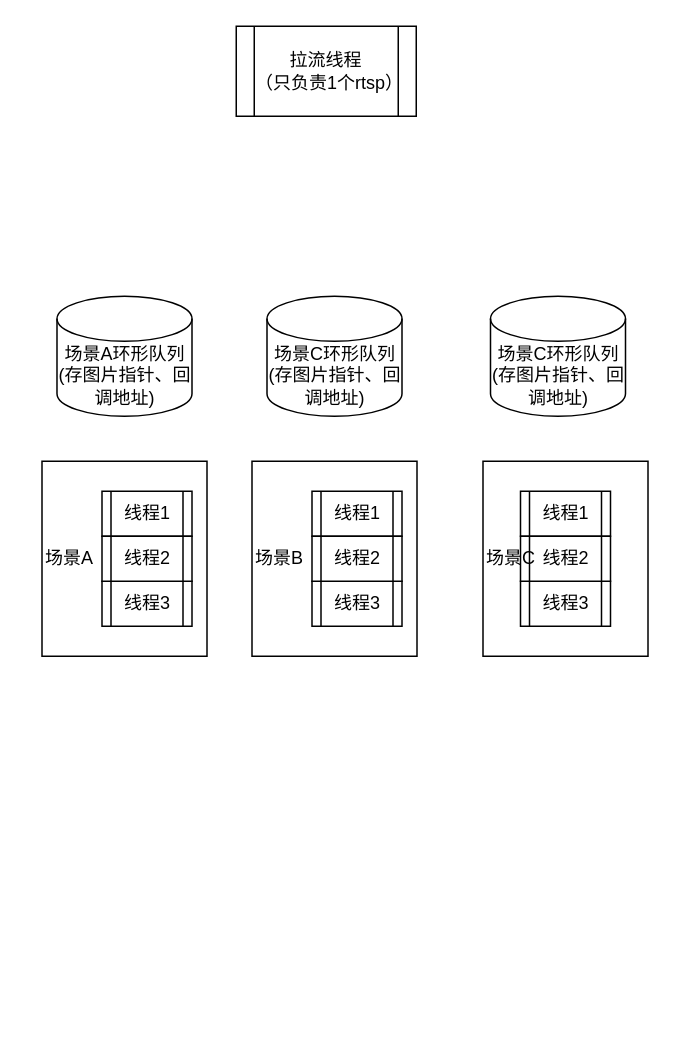
Earlier version of the draw.io diagram 未命名绘图.drawio (DaskiSnow/drawioFiles). Source tidied: cells renumbered, new cells numbered last; positions are measured from the earlier drawing's top-left corner, leaving out a move shared by most shapes. Both pictures are drawn from the tidied source at 150%, with x=0, y=0 at pixel (40, 26).
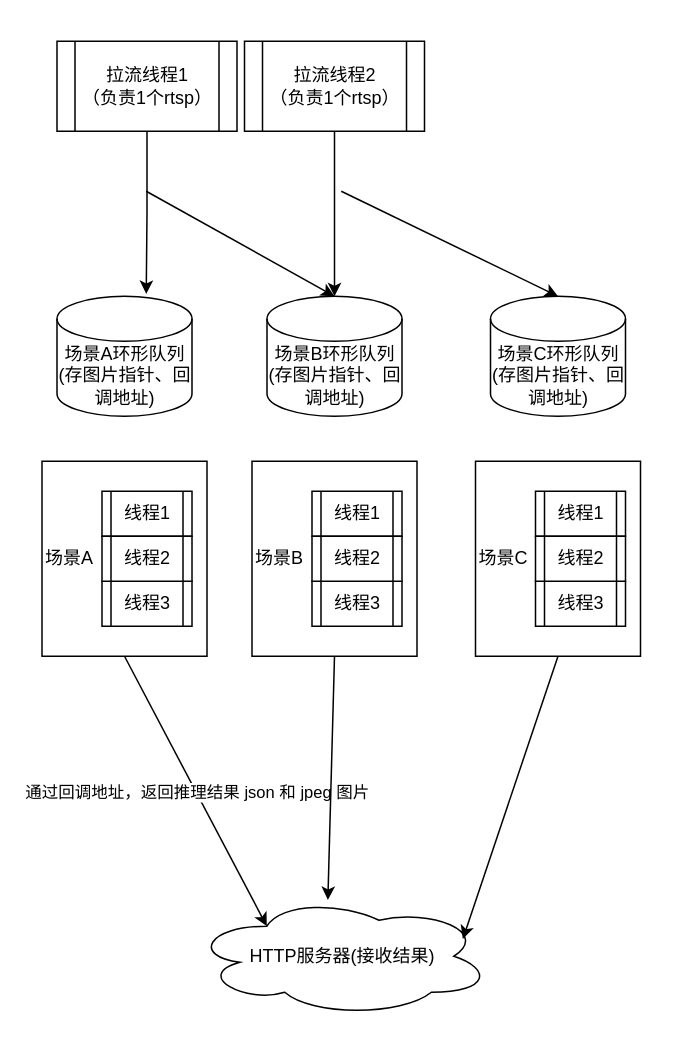
Above is the later version.

The change refers to these unchanged cells:
```xml
<mxCell id="2" value="场景A环形队列(存图片指针、回调地址)" style="shape=cylinder3;whiteSpace=wrap;html=1;boundedLbl=1;backgroundOutline=1;size=15;" parent="1" vertex="1">
  <mxGeometry x="10.5" y="180" width="90" height="80" as="geometry" />
</mxCell>
<mxCell id="7" value="&lt;span style=&quot;background-color: initial;&quot;&gt;场景A&lt;/span&gt;" style="whiteSpace=wrap;html=1;fillColor=none;align=left;" parent="1" vertex="1">
  <mxGeometry x="0.5" y="290" width="110" height="130" as="geometry" />
</mxCell>
<mxCell id="11" value="&lt;span style=&quot;background-color: initial;&quot;&gt;场景B&lt;/span&gt;" style="whiteSpace=wrap;html=1;fillColor=none;align=left;" parent="1" vertex="1">
  <mxGeometry x="140.5" y="290" width="110" height="130" as="geometry" />
</mxCell>
<mxCell id="17" value="场景C环形队列(存图片指针、回调地址)" style="shape=cylinder3;whiteSpace=wrap;html=1;boundedLbl=1;backgroundOutline=1;size=15;" parent="1" vertex="1">
  <mxGeometry x="299.5" y="180" width="90" height="80" as="geometry" />
</mxCell>
```

Change to the diagram source:
```diff
@@
-    <mxCell id="3" value="拉流线程&lt;br&gt;（只负责1个rtsp）" style="shape=process;whiteSpace=wrap;html=1;backgroundOutline=1;" parent="1" vertex="1">
-      <mxGeometry x="130" width="120" height="60" as="geometry" />
+    <mxCell id="3" value="拉流线程1&lt;br&gt;（负责1个rtsp）" style="shape=process;whiteSpace=wrap;html=1;backgroundOutline=1;" parent="1" vertex="1">
+      <mxGeometry x="10.5" y="10" width="120" height="60" as="geometry" />
     </mxCell>
@@
     <mxCell id="12" value="线程3" style="shape=process;whiteSpace=wrap;html=1;backgroundOutline=1;" parent="1" vertex="1">
-      <mxGeometry x="319.5" y="370" width="60" height="30" as="geometry" />
+      <mxGeometry x="329.5" y="370" width="60" height="30" as="geometry" />
     </mxCell>
     <mxCell id="13" value="线程1" style="shape=process;whiteSpace=wrap;html=1;backgroundOutline=1;" parent="1" vertex="1">
-      <mxGeometry x="319.5" y="310" width="60" height="30" as="geometry" />
+      <mxGeometry x="329.5" y="310" width="60" height="30" as="geometry" />
     </mxCell>
     <mxCell id="14" value="线程2" style="shape=process;whiteSpace=wrap;html=1;backgroundOutline=1;" parent="1" vertex="1">
-      <mxGeometry x="319.5" y="340" width="60" height="30" as="geometry" />
+      <mxGeometry x="329.5" y="340" width="60" height="30" as="geometry" />
     </mxCell>
     <mxCell id="15" value="&lt;span style=&quot;background-color: initial;&quot;&gt;场景C&lt;/span&gt;" style="whiteSpace=wrap;html=1;fillColor=none;align=left;" parent="1" vertex="1">
-      <mxGeometry x="294.5" y="290" width="110" height="130" as="geometry" />
+      <mxGeometry x="289.5" y="290" width="110" height="130" as="geometry" />
     </mxCell>
-    <mxCell id="16" value="场景C环形队列(存图片指针、回调地址)" style="shape=cylinder3;whiteSpace=wrap;html=1;boundedLbl=1;backgroundOutline=1;size=15;" parent="1" vertex="1">
+    <mxCell id="16" value="场景B环形队列(存图片指针、回调地址)" style="shape=cylinder3;whiteSpace=wrap;html=1;boundedLbl=1;backgroundOutline=1;size=15;" parent="1" vertex="1">
       <mxGeometry x="150.5" y="180" width="90" height="80" as="geometry" />
     </mxCell>
@@
+    <mxCell id="18" value="拉流线程2&lt;br&gt;（负责1个rtsp）" style="shape=process;whiteSpace=wrap;html=1;backgroundOutline=1;" parent="1" vertex="1">
+      <mxGeometry x="135.5" y="10" width="120" height="60" as="geometry" />
+    </mxCell>
+    <mxCell id="19" style="edgeStyle=orthogonalEdgeStyle;rounded=0;jettySize=auto;html=1;entryX=0.661;entryY=-0.019;entryDx=0;entryDy=0;entryPerimeter=0;" parent="1" edge="1" source="3" target="2">
+      <mxGeometry relative="1" as="geometry" />
+    </mxCell>
+    <mxCell id="20" style="endArrow=classic;html=1;rounded=0;entryX=0.5;entryY=0;entryDx=0;entryDy=0;entryPerimeter=0;" parent="1" edge="1" target="16">
+      <mxGeometry relative="1" as="geometry">
+        <mxPoint x="70" y="110" as="sourcePoint" />
+      </mxGeometry>
+    </mxCell>
+    <mxCell id="21" style="edgeStyle=orthogonalEdgeStyle;rounded=0;jettySize=auto;html=1;entryX=0.5;entryY=0;entryDx=0;entryDy=0;entryPerimeter=0;" parent="1" edge="1" source="18" target="16">
+      <mxGeometry relative="1" as="geometry" />
+    </mxCell>
+    <mxCell id="22" style="endArrow=classic;html=1;rounded=0;entryX=0.5;entryY=0;entryDx=0;entryDy=0;entryPerimeter=0;" parent="1" edge="1" target="17">
+      <mxGeometry relative="1" as="geometry">
+        <mxPoint x="200" y="110" as="sourcePoint" />
+      </mxGeometry>
+    </mxCell>
+    <mxCell id="23" value="HTTP服务器(接收结果)" style="ellipse;shape=cloud;whiteSpace=wrap;html=1;" parent="1" vertex="1">
+      <mxGeometry x="100.5" y="580" width="199.5" height="80" as="geometry" />
+    </mxCell>
+    <mxCell id="24" style="endArrow=classic;html=1;rounded=0;exitX=0.5;exitY=1;exitDx=0;exitDy=0;entryX=0.25;entryY=0.25;entryDx=0;entryDy=0;entryPerimeter=0;" parent="1" edge="1" source="7" target="23">
+      <mxGeometry relative="1" as="geometry" />
+    </mxCell>
+    <mxCell id="25" value="通过回调地址，返回推理结果 json 和 jpeg 图片" style="edgeLabel;html=1;align=center;verticalAlign=middle;" parent="24" vertex="1">
+      <mxGeometry relative="1" as="geometry" />
+    </mxCell>
+    <mxCell id="26" style="endArrow=classic;html=1;rounded=0;exitX=0.5;exitY=1;exitDx=0;exitDy=0;entryX=0.454;entryY=0.031;entryDx=0;entryDy=0;entryPerimeter=0;" parent="1" edge="1" source="11" target="23">
+      <mxGeometry relative="1" as="geometry" />
+    </mxCell>
+    <mxCell id="27" style="endArrow=classic;html=1;rounded=0;entryX=0.905;entryY=0.356;entryDx=0;entryDy=0;entryPerimeter=0;exitX=0.5;exitY=1;exitDx=0;exitDy=0;" parent="1" edge="1" source="15" target="23">
+      <mxGeometry relative="1" as="geometry" />
+    </mxCell>
```
